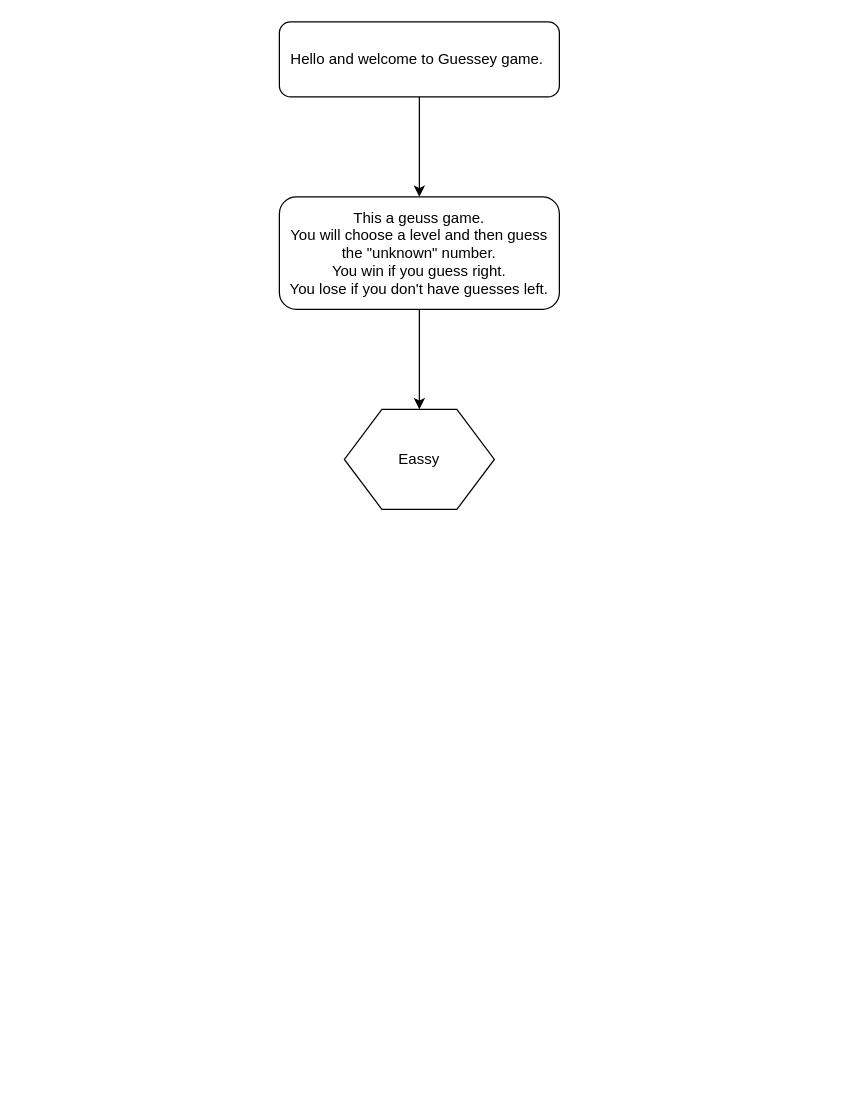
Before: GuessNumberGame/Untitled Diagram.drawio in Mojtabarezaei4/Programmering1, a draw.io diagram. Source tidied: cells renumbered, new cells numbered last; positions are measured from the earlier drawing's top-left corner, leaving out a move shared by most shapes. Both pictures are drawn from the tidied source at 125%, with x=0, y=0 at pixel (279, 21).
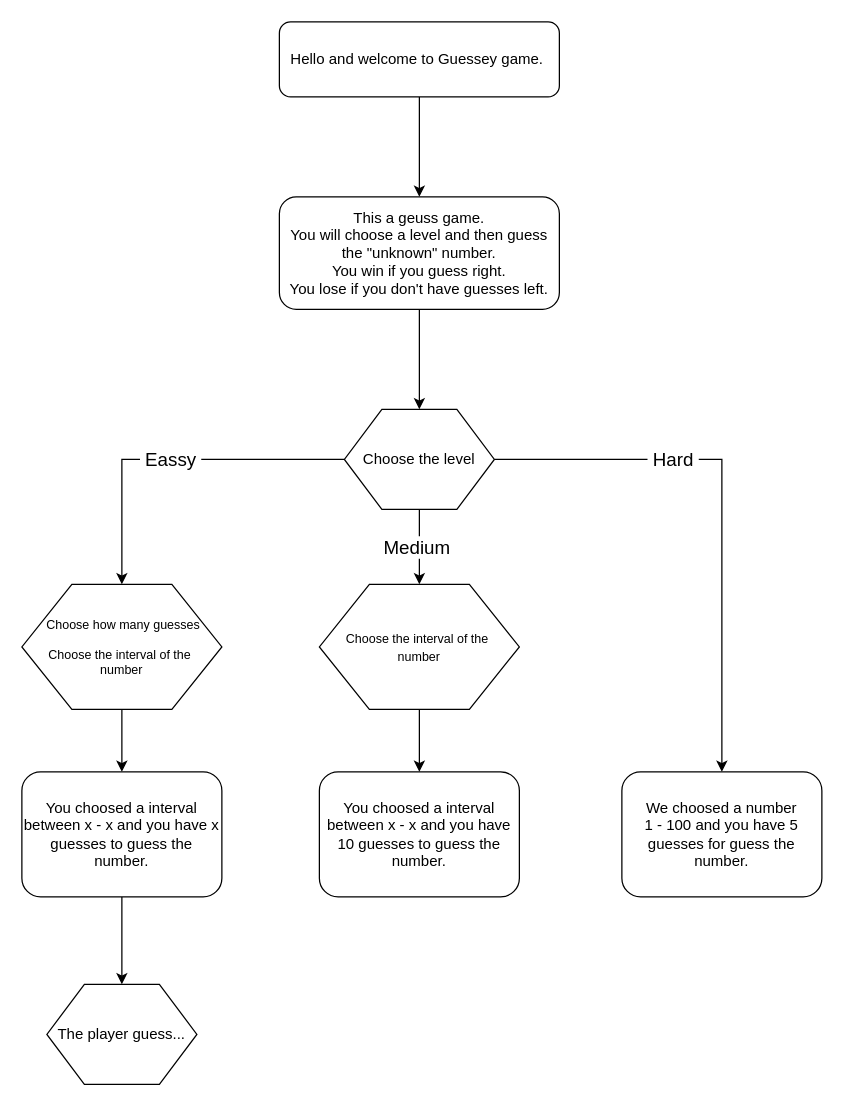
After the change.

Diff of the diagram source:
```diff
@@
 <mxGraphModel>
   <root>
     <mxCell id="0" />
     <mxCell id="1" parent="0" />
     <mxCell id="2" style="edgeStyle=orthogonalEdgeStyle;rounded=0;jettySize=auto;html=1;" parent="1" edge="1" source="3" target="5">
       <mxGeometry relative="1" as="geometry" />
     </mxCell>
     <mxCell id="3" value="Hello and welcome to Guessey game.&amp;nbsp;" style="rounded=1;whiteSpace=wrap;html=1;" parent="1" vertex="1">
       <mxGeometry width="224" height="60" as="geometry" />
     </mxCell>
     <mxCell id="4" style="edgeStyle=orthogonalEdgeStyle;rounded=0;jettySize=auto;html=1;" parent="1" edge="1" source="5" target="6">
       <mxGeometry relative="1" as="geometry" />
     </mxCell>
     <mxCell id="5" value="This a geuss game.&lt;br&gt;You will choose a level and then guess the &quot;unknown&quot; number.&lt;br&gt;You win if you guess right.&lt;br&gt;You lose if you don't have guesses left." style="rounded=1;whiteSpace=wrap;html=1;" parent="1" vertex="1">
       <mxGeometry y="140" width="224" height="90" as="geometry" />
     </mxCell>
+    <mxCell id="7" value="&lt;font style=&quot;font-size: 15px&quot;&gt;&amp;nbsp;Eassy&amp;nbsp;&lt;/font&gt;" style="edgeStyle=orthogonalEdgeStyle;rounded=0;jettySize=auto;html=1;" parent="1" edge="1" source="6" target="13">
+      <mxGeometry relative="1" as="geometry" />
+    </mxCell>
+    <mxCell id="8" value="&lt;font style=&quot;font-size: 15px&quot;&gt;Medium&amp;nbsp;&lt;/font&gt;" style="edgeStyle=orthogonalEdgeStyle;rounded=0;jettySize=auto;html=1;" parent="1" edge="1" source="6" target="11">
+      <mxGeometry relative="1" as="geometry" />
+    </mxCell>
+    <mxCell id="9" value="&lt;font style=&quot;font-size: 15px&quot;&gt;&amp;nbsp;Hard&amp;nbsp;&lt;/font&gt;" style="edgeStyle=orthogonalEdgeStyle;rounded=0;jettySize=auto;html=1;entryX=0.5;entryY=0;entryDx=0;entryDy=0;" parent="1" edge="1" source="6" target="14">
+      <mxGeometry x="-0.34" relative="1" as="geometry" />
+    </mxCell>
-    <mxCell id="6" value="Eassy&lt;br&gt;" style="shape=hexagon;perimeter=hexagonPerimeter2;whiteSpace=wrap;html=1;" parent="1" vertex="1">
+    <mxCell id="6" value="Choose the level" style="shape=hexagon;perimeter=hexagonPerimeter2;whiteSpace=wrap;html=1;" parent="1" vertex="1">
       <mxGeometry x="52" y="310" width="120" height="80" as="geometry" />
     </mxCell>
+    <mxCell id="10" style="edgeStyle=orthogonalEdgeStyle;rounded=0;jettySize=auto;html=1;" parent="1" edge="1" source="11" target="17">
+      <mxGeometry relative="1" as="geometry" />
+    </mxCell>
+    <mxCell id="11" value="&lt;span style=&quot;font-size: 10px&quot;&gt;Choose the interval of the&amp;nbsp;&lt;/span&gt;&lt;br style=&quot;font-size: 10px&quot;&gt;&lt;span style=&quot;font-size: 10px&quot;&gt;number&lt;/span&gt;" style="shape=hexagon;perimeter=hexagonPerimeter2;whiteSpace=wrap;html=1;" parent="1" vertex="1">
+      <mxGeometry x="32" y="450" width="160" height="100" as="geometry" />
+    </mxCell>
+    <mxCell id="12" style="edgeStyle=orthogonalEdgeStyle;rounded=0;jettySize=auto;html=1;" parent="1" edge="1" source="13" target="16">
+      <mxGeometry relative="1" as="geometry" />
+    </mxCell>
+    <mxCell id="13" value="&lt;p style=&quot;line-height: 120%&quot;&gt;&lt;/p&gt;&lt;div style=&quot;font-size: 10px&quot;&gt;&lt;font style=&quot;font-size: 10px&quot;&gt;&amp;nbsp;Choose how many guesses&lt;/font&gt;&lt;/div&gt;&lt;div style=&quot;font-size: 10px&quot;&gt;&lt;font style=&quot;font-size: 10px&quot;&gt;&lt;br&gt;&lt;/font&gt;&lt;/div&gt;&lt;div style=&quot;font-size: 10px&quot;&gt;&lt;font style=&quot;font-size: 10px&quot;&gt;Choose the interval of the&amp;nbsp;&lt;br&gt;number&lt;/font&gt;&lt;/div&gt;&lt;p&gt;&lt;/p&gt;" style="shape=hexagon;perimeter=hexagonPerimeter2;whiteSpace=wrap;html=1;" parent="1" vertex="1">
+      <mxGeometry x="-206" y="450" width="160" height="100" as="geometry" />
+    </mxCell>
+    <mxCell id="14" value="We choosed a number &lt;br&gt;1 - 100 and you have 5 guesses for guess the number." style="rounded=1;whiteSpace=wrap;html=1;" parent="1" vertex="1">
+      <mxGeometry x="274" y="600" width="160" height="100" as="geometry" />
+    </mxCell>
+    <mxCell id="15" style="edgeStyle=orthogonalEdgeStyle;rounded=0;jettySize=auto;html=1;" parent="1" edge="1" source="16" target="18">
+      <mxGeometry relative="1" as="geometry" />
+    </mxCell>
+    <mxCell id="16" value="You choosed a interval between x - x and you have x guesses to guess the number." style="rounded=1;whiteSpace=wrap;html=1;" parent="1" vertex="1">
+      <mxGeometry x="-206" y="600" width="160" height="100" as="geometry" />
+    </mxCell>
+    <mxCell id="17" value="You choosed a interval between x - x and you have 10 guesses to guess the number." style="rounded=1;whiteSpace=wrap;html=1;" parent="1" vertex="1">
+      <mxGeometry x="32" y="600" width="160" height="100" as="geometry" />
+    </mxCell>
+    <mxCell id="18" value="The player guess..." style="shape=hexagon;perimeter=hexagonPerimeter2;whiteSpace=wrap;html=1;" parent="1" vertex="1">
+      <mxGeometry x="-186" y="770" width="120" height="80" as="geometry" />
+    </mxCell>
   </root>
 </mxGraphModel>
```
